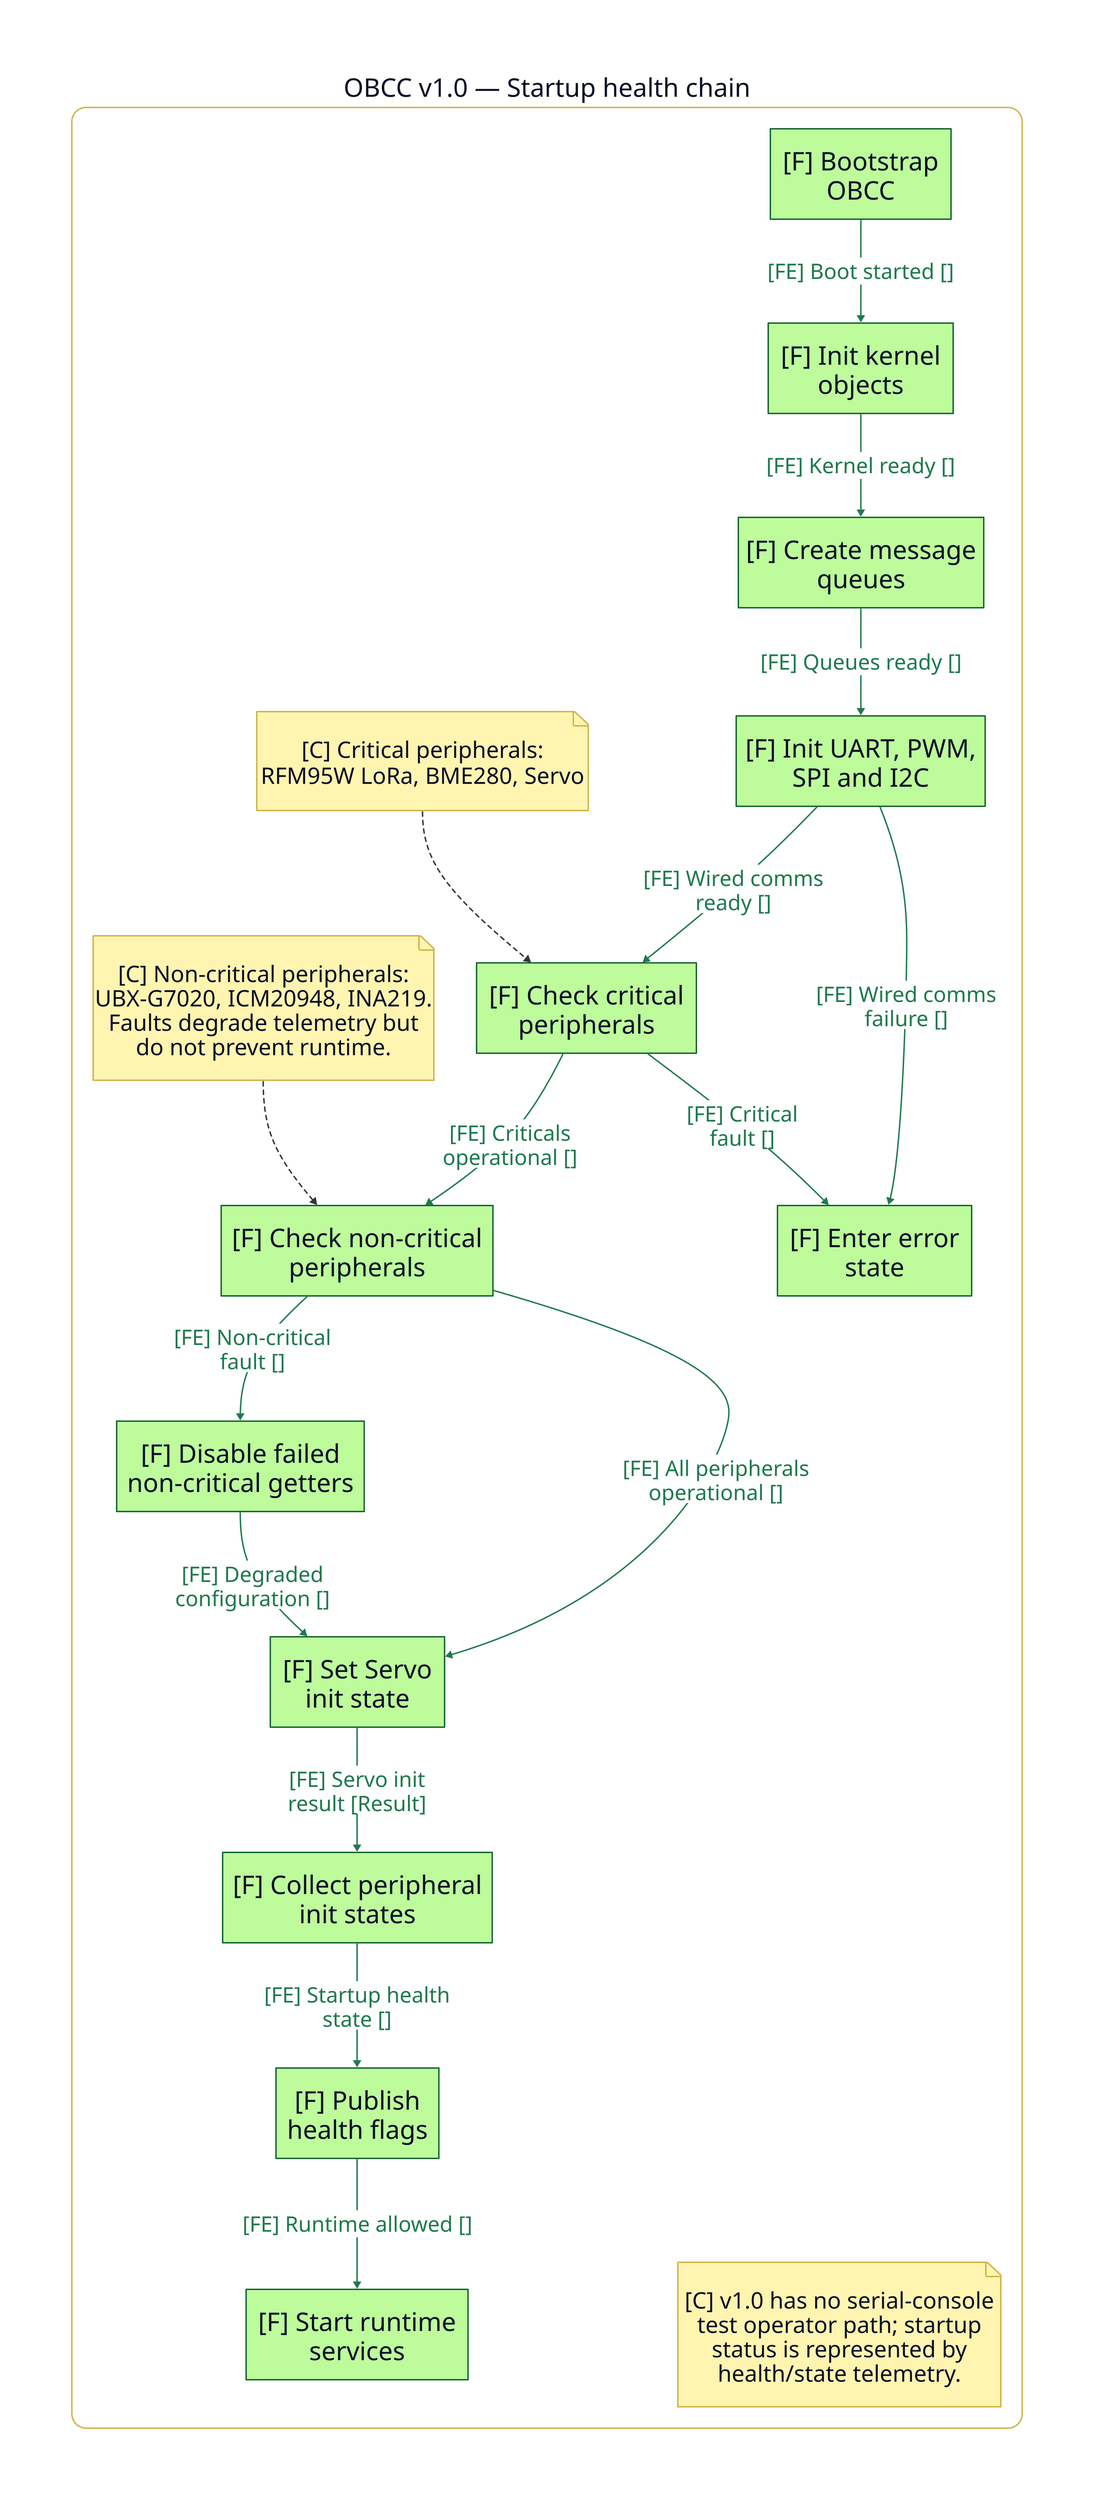
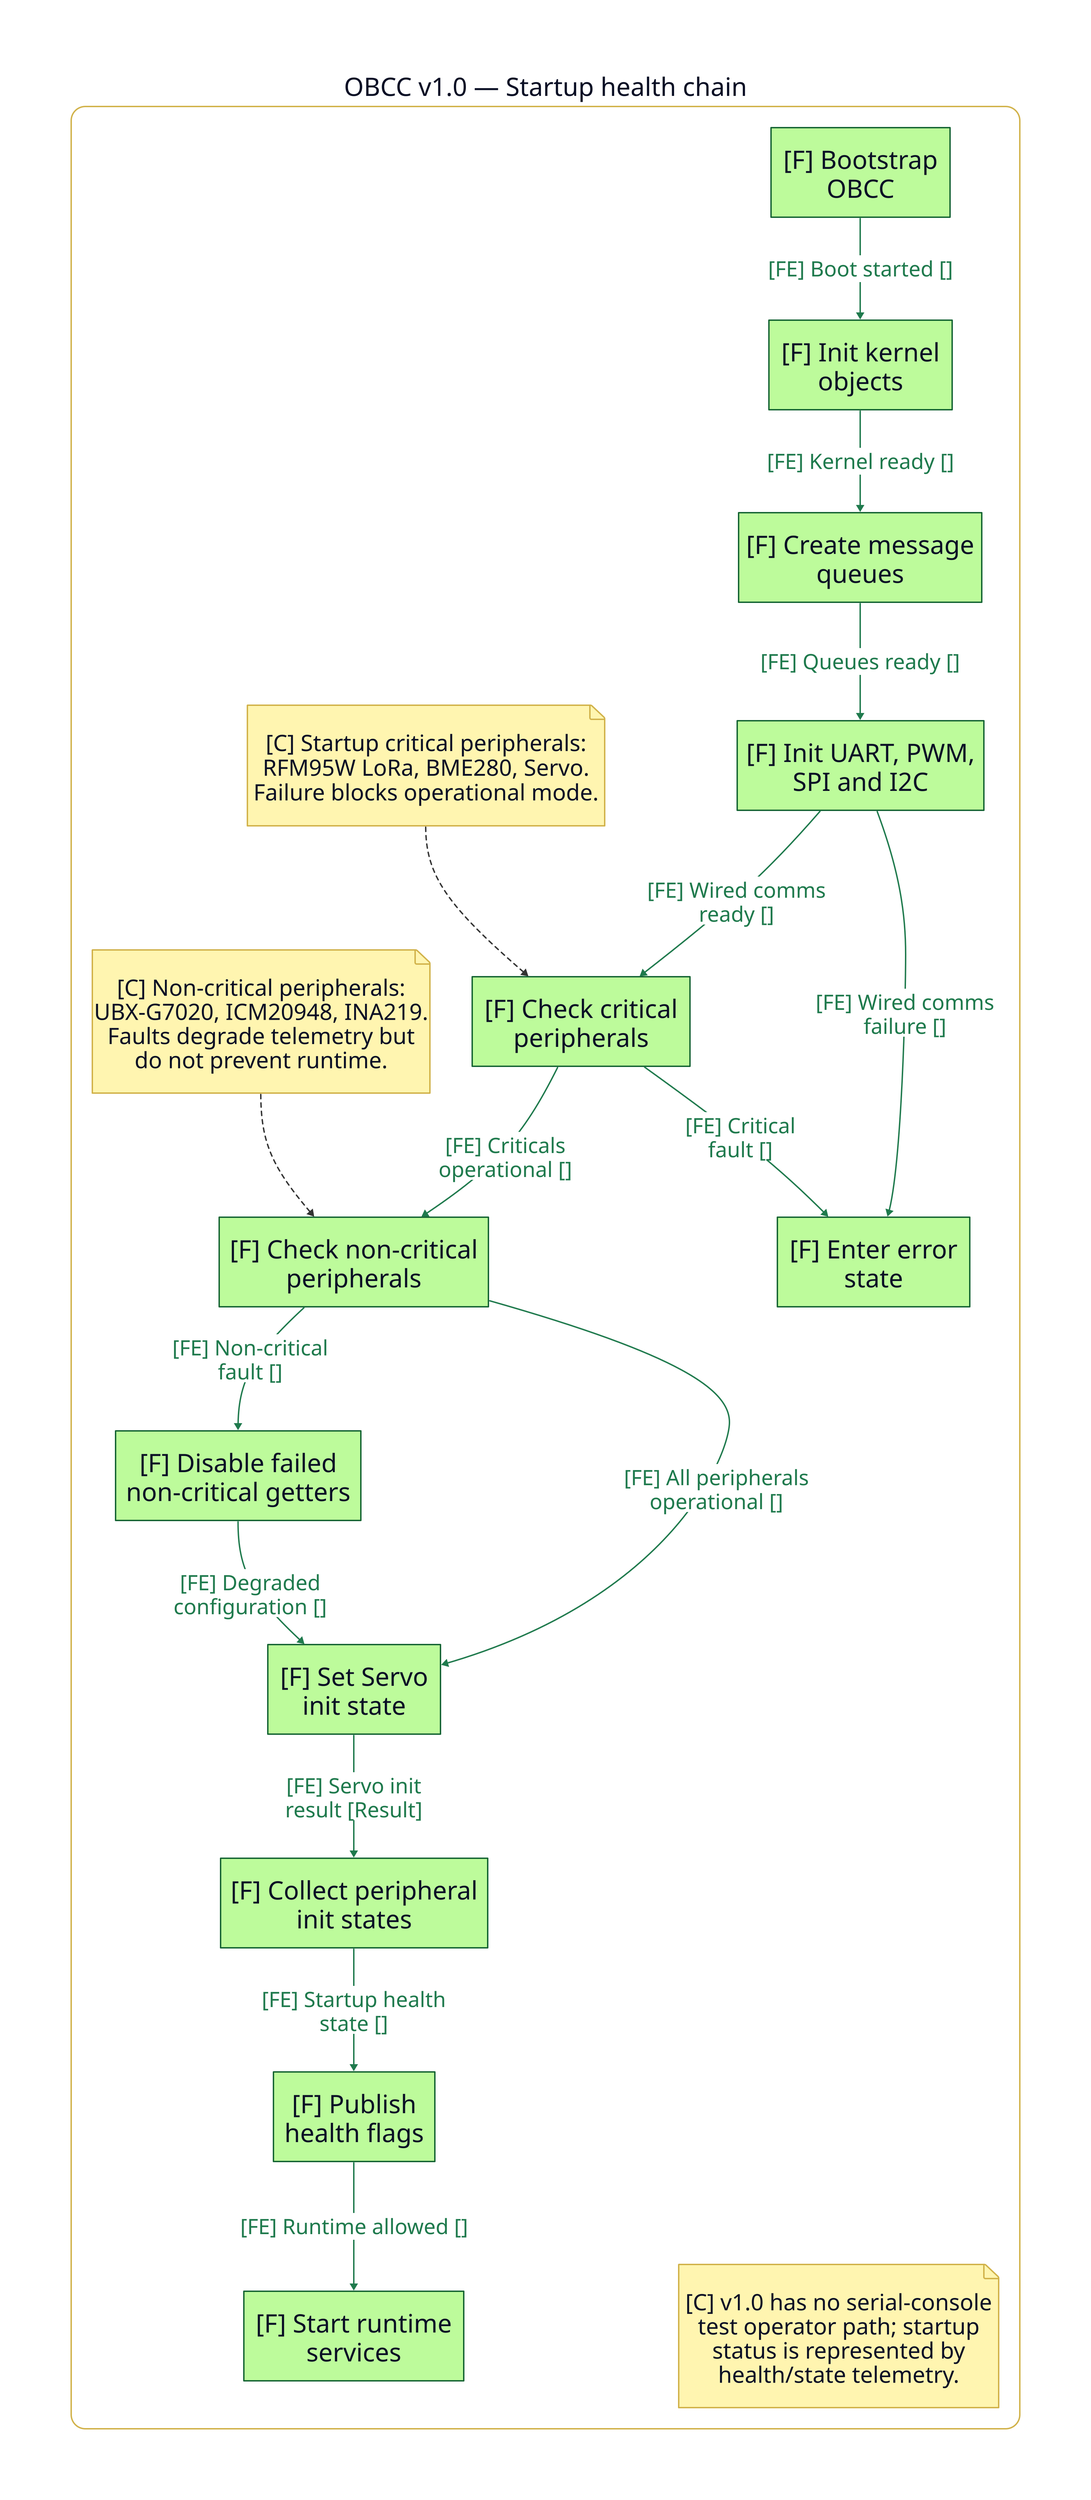
vars: {
  d2-config: {
    layout-engine: elk
  }
}

# Functional chain: startup, peripheral health policy, and runtime enable.
direction: down

classes: {
  func: {
    shape: rectangle
    style: { fill: "#BDFB9B"; stroke: "#166534"; stroke-width: 2; font-size: 36 }
  }
  lc: {
    style: {
      fill: "#A9C7E6"; stroke: "#5B65C9"; stroke-width: 2
      border-radius: 20; font-size: 40
    }
  }
  pc: {
    style: { fill: "#FFF8BF"; stroke: "#D1B24A"; stroke-width: 2; font-size: 40 }
  }
  sys: {
    style: { fill: "#E6E6E6"; stroke: "#9A9A9A"; stroke-width: 2; font-size: 48 }
  }
  ea: {
    shape: rectangle
    style: {
      fill: "#BFEAF4"; stroke: "#5B65C9"; stroke-width: 2
      border-radius: 20; font-size: 40
    }
  }
  note: { style: { fill: "#FFF5B0"; stroke: "#D1B24A"; font-size: 32 } }
  chain: {
    style: {
      fill: "#FFFFFF"; stroke: "#D1B24A"; stroke-width: 2
      border-radius: 20; font-size: 36
    }
  }
  fe:   { style: { stroke: "#1F7A4D"; font-color: "#1F7A4D"; stroke-width: 2; font-size: 30 } }
  ce:   { style: { stroke: "#5B65C9"; font-color: "#5B65C9"; stroke-width: 2; font-size: 30 } }
  pl:   { style: { stroke: "#E11D28"; font-color: "#E11D28"; stroke-width: 2; font-size: 30 } }
  cstr: { style: { stroke: "#333333"; stroke-dash: 3; font-size: 26 } }
}

chain: "OBCC v1.0 — Startup health chain" {
  class: chain
  direction: down

  bootstrap_obcc: "[F] Bootstrap\nOBCC" { class: func }
  init_kernel_objects: "[F] Init kernel\nobjects" { class: func }
  create_message_queues: "[F] Create message\nqueues" { class: func }
  init_buses: "[F] Init UART, PWM,\nSPI and I2C" { class: func }
  check_critical_peripherals: "[F] Check critical\nperipherals" { class: func }
  check_noncritical_peripherals: "[F] Check non-critical\nperipherals" { class: func }
  disable_failed_noncritical_getters: "[F] Disable failed\nnon-critical getters" { class: func }
  set_servo_init_state: "[F] Set Servo\ninit state" { class: func }
  collect_peripheral_init_states: "[F] Collect peripheral\ninit states" { class: func }
  publish_health_flags: "[F] Publish\nhealth flags" { class: func }
  start_runtime_services: "[F] Start runtime\nservices" { class: func }
  enter_error_state: "[F] Enter error\nstate" { class: func }

-   note_critical: "[C] Critical peripherals:\nRFM95W LoRa, BME280, Servo" {
+   note_critical: "[C] Startup critical peripherals:\nRFM95W LoRa, BME280, Servo.\nFailure blocks operational mode." {
    class: note
    shape: page
  }

  note_noncritical: "[C] Non-critical peripherals:\nUBX-G7020, ICM20948, INA219.\nFaults degrade telemetry but\ndo not prevent runtime." {
    class: note
    shape: page
  }

  note_no_console: "[C] v1.0 has no serial-console\ntest operator path; startup\nstatus is represented by\nhealth/state telemetry." {
    class: note
    shape: page
  }
}

chain.bootstrap_obcc -> chain.init_kernel_objects: "[FE] Boot started []" { class: fe }
chain.init_kernel_objects -> chain.create_message_queues: "[FE] Kernel ready []" { class: fe }
chain.create_message_queues -> chain.init_buses: "[FE] Queues ready []" { class: fe }
chain.init_buses -> chain.check_critical_peripherals: "[FE] Wired comms\nready []" { class: fe }
chain.init_buses -> chain.enter_error_state: "[FE] Wired comms\nfailure []" { class: fe }
chain.check_critical_peripherals -> chain.enter_error_state: "[FE] Critical\nfault []" { class: fe }
chain.check_critical_peripherals -> chain.check_noncritical_peripherals: "[FE] Criticals\noperational []" { class: fe }
chain.check_noncritical_peripherals -> chain.disable_failed_noncritical_getters: "[FE] Non-critical\nfault []" { class: fe }
chain.check_noncritical_peripherals -> chain.set_servo_init_state: "[FE] All peripherals\noperational []" { class: fe }
chain.disable_failed_noncritical_getters -> chain.set_servo_init_state: "[FE] Degraded\nconfiguration []" { class: fe }
chain.set_servo_init_state -> chain.collect_peripheral_init_states: "[FE] Servo init\nresult [Result]" { class: fe }
chain.collect_peripheral_init_states -> chain.publish_health_flags: "[FE] Startup health\nstate []" { class: fe }
chain.publish_health_flags -> chain.start_runtime_services: "[FE] Runtime allowed []" { class: fe }

chain.note_critical -> chain.check_critical_peripherals { class: cstr }
chain.note_noncritical -> chain.check_noncritical_peripherals { class: cstr }
